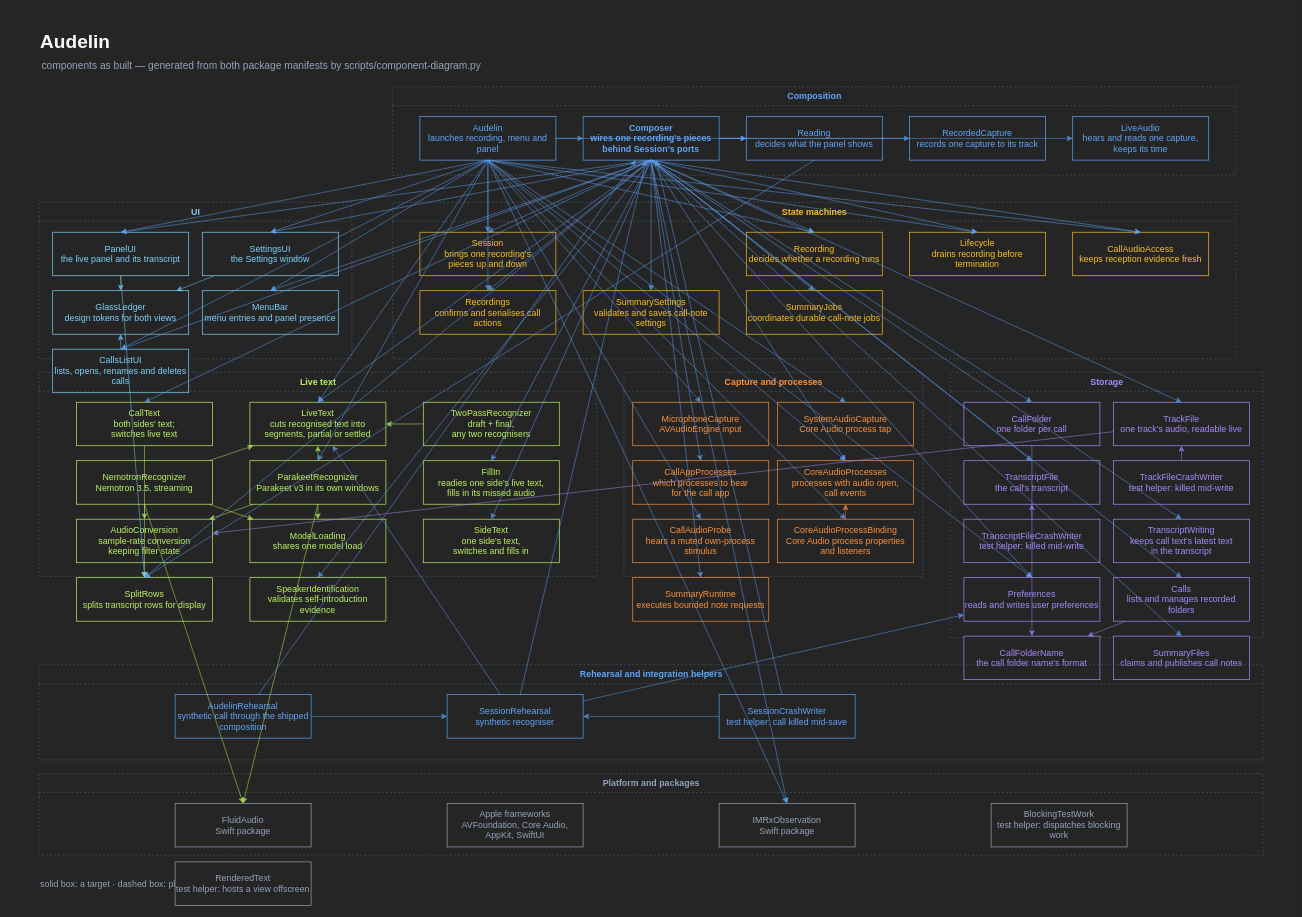
Earlier version of the draw.io diagram audelin/docs/live-text.drawio (igor1309/ai-labs). Source tidied: cells renumbered, new cells numbered last; positions are measured from the earlier drawing's top-left corner, leaving out a move shared by most shapes. Both pictures are drawn from the tidied source at 68%, with x=0, y=0 at pixel (12, 12).
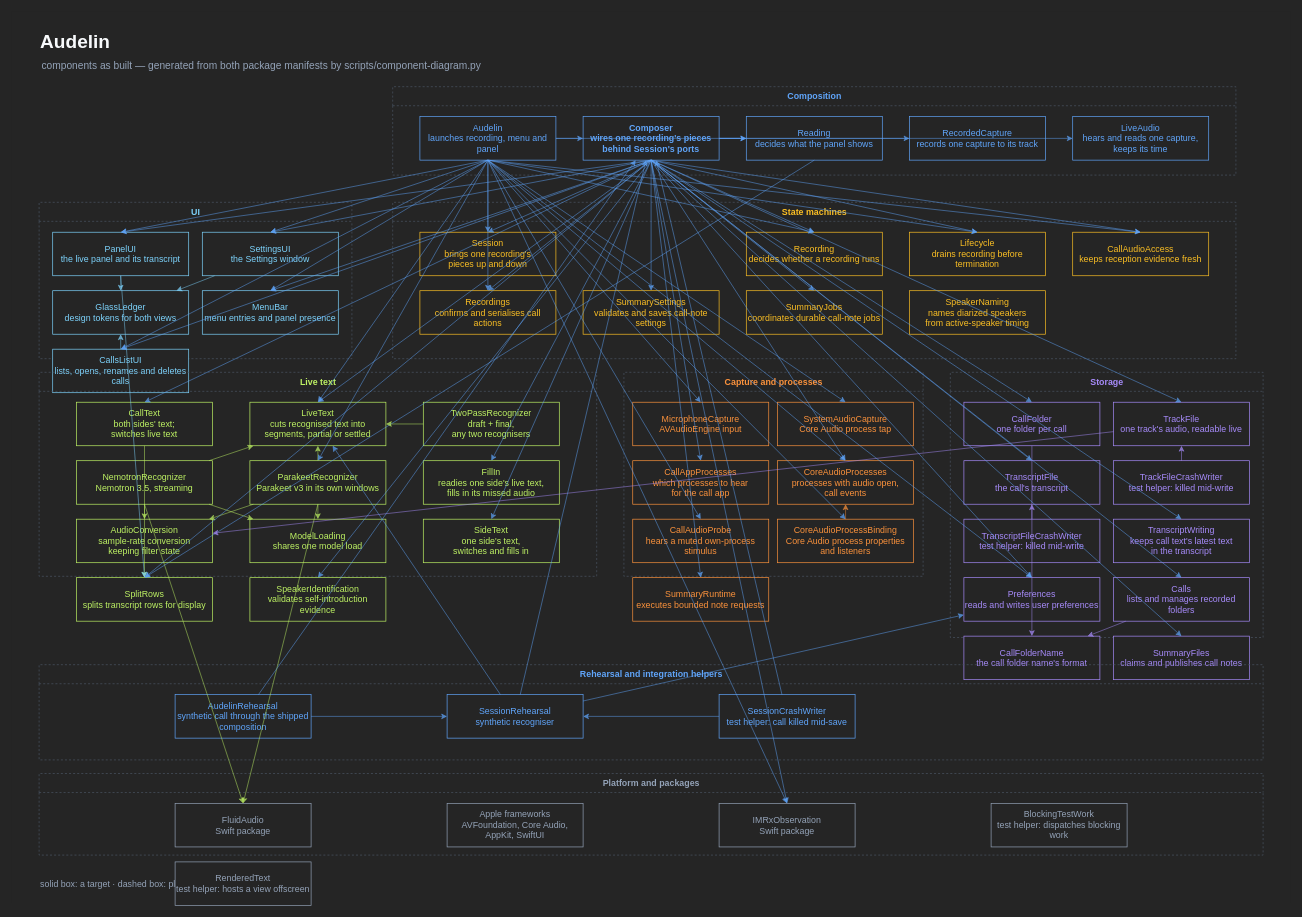
Above is the later version.

Commit message (it also covers changes not shown here):
audelin: SpeakerNaming matcher, ADR-002 and Zoom AX probe for remote speaker names (LAB-1123)

The change refers to these unchanged cells:
```xml
<mxCell id="8" value="State machines" style="swimlane;startSize=28;rounded=0;html=1;fillColor=none;strokeColor=#4b5563;dashed=1;fontSize=13;fontColor=#fbbf24;" parent="2" vertex="1">
  <mxGeometry x="560" y="280" width="1240" height="230" as="geometry" />
</mxCell>
```

Change to the diagram source:
```diff
@@
+    <mxCell id="146" value="SpeakerNaming&#10;names diarized speakers&#10;from active-speaker timing" style="rounded=0;whiteSpace=wrap;html=1;fillColor=#252525;strokeColor=#fbbf24;fontColor=#fbbf24;fontSize=13;" parent="8" vertex="1">
+      <mxGeometry x="760" y="130" width="200" height="64" as="geometry" />
+    </mxCell>
```
